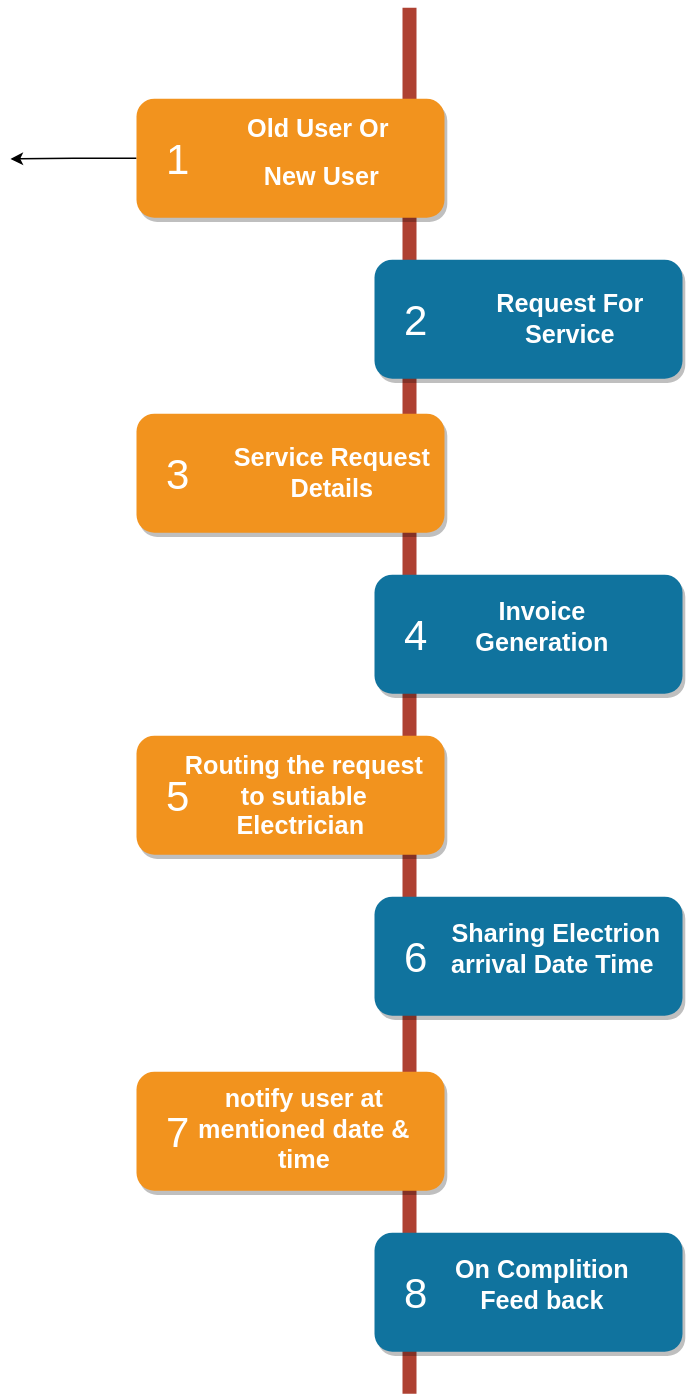
The draw.io diagram process_flow.svg in RahulDas-dev/Processflow, before a commit. Source tidied: cells renumbered, new cells last; positions are measured from the earlier drawing's top-left corner, leaving out a move shared by most shapes.
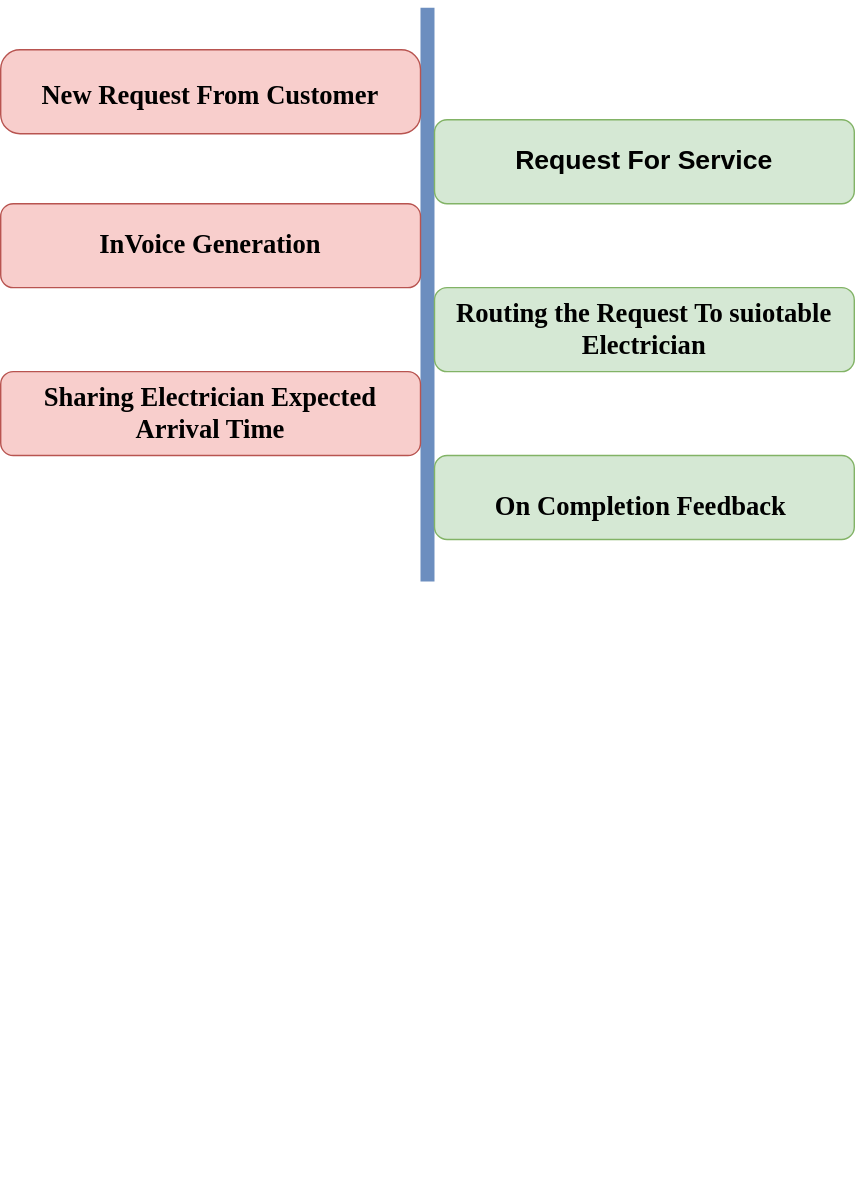
The same file after the commit.

What changed in the source:
```diff
@@ -2,85 +2,44 @@
   <root>
     <mxCell id="0" />
     <mxCell id="1" parent="0" />
-    <mxCell id="2" style="line;strokeWidth=10;direction=south;html=1;fillColor=none;fontSize=13;fontColor=#000000;align=center;strokeColor=#AE4132;" parent="1" vertex="1">
-      <mxGeometry x="280" width="10" height="990" as="geometry" />
+    <mxCell id="2" style="line;strokeWidth=10;direction=south;html=1;fillColor=#dae8fc;fontSize=13;align=center;strokeColor=#6c8ebf;" parent="1" vertex="1">
+      <mxGeometry x="280" y="-30" width="10" height="410" as="geometry" />
     </mxCell>
-    <mxCell id="3" style="edgeStyle=orthogonalEdgeStyle;rounded=0;jettySize=auto;html=1;exitX=0;exitY=0.5;exitDx=0;exitDy=0;" parent="1" edge="1" source="4">
-      <mxGeometry relative="1" as="geometry">
-        <mxPoint y="108" as="targetPoint" />
-      </mxGeometry>
-    </mxCell>
-    <mxCell id="4" style="rounded=1;whiteSpace=wrap;html=1;strokeColor=none;strokeWidth=1;fillColor=#F2931E;fontSize=13;fontColor=#FFFFFF;align=center;gradientColor=none;gradientDirection=east;verticalAlign=top;shadow=1;" parent="1" vertex="1">
-      <mxGeometry x="90" y="65" width="220" height="85" as="geometry" />
-    </mxCell>
     <mxCell id="5" value="1" style="text;html=1;strokeColor=none;fillColor=none;align=center;verticalAlign=middle;whiteSpace=wrap;fontSize=30;fontColor=#FFFFFF;" parent="1" vertex="1">
       <mxGeometry x="100" y="98" width="40" height="20" as="geometry" />
     </mxCell>
-    <mxCell id="6" style="rounded=1;whiteSpace=wrap;html=1;strokeColor=none;strokeWidth=1;fillColor=#10739E;fontSize=13;fontColor=#FFFFFF;align=center;gradientColor=none;gradientDirection=east;verticalAlign=top;shadow=1;" parent="1" vertex="1">
-      <mxGeometry x="260" y="180" width="220" height="85" as="geometry" />
-    </mxCell>
-    <mxCell id="7" value="2" style="text;html=1;strokeColor=none;fillColor=none;align=center;verticalAlign=middle;whiteSpace=wrap;fontSize=30;fontColor=#FFFFFF;" parent="1" vertex="1">
-      <mxGeometry x="270" y="213" width="40" height="20" as="geometry" />
-    </mxCell>
-    <mxCell id="8" style="rounded=1;whiteSpace=wrap;html=1;strokeColor=none;strokeWidth=1;fillColor=#F2931E;fontSize=13;fontColor=#FFFFFF;align=center;gradientColor=none;gradientDirection=east;verticalAlign=top;shadow=1;" parent="1" vertex="1">
-      <mxGeometry x="90" y="290" width="220" height="85" as="geometry" />
-    </mxCell>
     <mxCell id="9" value="3" style="text;html=1;strokeColor=none;fillColor=none;align=center;verticalAlign=middle;whiteSpace=wrap;fontSize=30;fontColor=#FFFFFF;" parent="1" vertex="1">
       <mxGeometry x="100" y="323" width="40" height="20" as="geometry" />
     </mxCell>
-    <mxCell id="10" style="rounded=1;whiteSpace=wrap;html=1;strokeColor=none;strokeWidth=1;fillColor=#10739E;fontSize=13;fontColor=#FFFFFF;align=center;gradientColor=none;gradientDirection=east;verticalAlign=top;shadow=1;" parent="1" vertex="1">
-      <mxGeometry x="260" y="405" width="220" height="85" as="geometry" />
-    </mxCell>
-    <mxCell id="11" value="4" style="text;html=1;strokeColor=none;fillColor=none;align=center;verticalAlign=middle;whiteSpace=wrap;fontSize=30;fontColor=#FFFFFF;" parent="1" vertex="1">
-      <mxGeometry x="270" y="438" width="40" height="20" as="geometry" />
-    </mxCell>
-    <mxCell id="12" style="rounded=1;whiteSpace=wrap;html=1;strokeColor=none;strokeWidth=1;fillColor=#F2931E;fontSize=13;fontColor=#FFFFFF;align=center;gradientColor=none;gradientDirection=east;verticalAlign=top;shadow=1;" parent="1" vertex="1">
-      <mxGeometry x="90" y="520" width="220" height="85" as="geometry" />
-    </mxCell>
     <mxCell id="13" value="5" style="text;html=1;strokeColor=none;fillColor=none;align=center;verticalAlign=middle;whiteSpace=wrap;fontSize=30;fontColor=#FFFFFF;" parent="1" vertex="1">
       <mxGeometry x="100" y="553" width="40" height="20" as="geometry" />
     </mxCell>
-    <mxCell id="14" style="rounded=1;whiteSpace=wrap;html=1;strokeColor=none;strokeWidth=1;fillColor=#10739E;fontSize=13;fontColor=#FFFFFF;align=center;gradientColor=none;gradientDirection=east;verticalAlign=top;shadow=1;" parent="1" vertex="1">
-      <mxGeometry x="260" y="635" width="220" height="85" as="geometry" />
-    </mxCell>
-    <mxCell id="15" value="6" style="text;html=1;strokeColor=none;fillColor=none;align=center;verticalAlign=middle;whiteSpace=wrap;fontSize=30;fontColor=#FFFFFF;" parent="1" vertex="1">
-      <mxGeometry x="270" y="668" width="40" height="20" as="geometry" />
-    </mxCell>
-    <mxCell id="16" style="rounded=1;whiteSpace=wrap;html=1;strokeColor=none;strokeWidth=1;fillColor=#F2931E;fontSize=13;fontColor=#FFFFFF;align=center;gradientColor=none;gradientDirection=east;verticalAlign=top;shadow=1;" parent="1" vertex="1">
-      <mxGeometry x="90" y="760" width="220" height="85" as="geometry" />
-    </mxCell>
     <mxCell id="17" value="7" style="text;html=1;strokeColor=none;fillColor=none;align=center;verticalAlign=middle;whiteSpace=wrap;fontSize=30;fontColor=#FFFFFF;" parent="1" vertex="1">
       <mxGeometry x="100" y="793" width="40" height="20" as="geometry" />
     </mxCell>
-    <mxCell id="18" style="rounded=1;whiteSpace=wrap;html=1;strokeColor=none;strokeWidth=1;fillColor=#10739E;fontSize=13;fontColor=#FFFFFF;align=center;gradientColor=none;gradientDirection=east;verticalAlign=top;shadow=1;" parent="1" vertex="1">
-      <mxGeometry x="260" y="875" width="220" height="85" as="geometry" />
-    </mxCell>
-    <mxCell id="19" value="8" style="text;html=1;strokeColor=none;fillColor=none;align=center;verticalAlign=middle;whiteSpace=wrap;fontSize=30;fontColor=#FFFFFF;" parent="1" vertex="1">
-      <mxGeometry x="270" y="908" width="40" height="20" as="geometry" />
-    </mxCell>
-    <mxCell id="20" value="&lt;h1&gt;Old User Or&lt;/h1&gt;&lt;h1&gt;&amp;nbsp;New User&lt;/h1&gt;" style="text;html=1;spacing=5;spacingTop=-20;whiteSpace=wrap;overflow=hidden;strokeColor=none;strokeWidth=4;fillColor=none;gradientColor=#007FFF;fontSize=9;fontColor=#FFFFFF;align=center;" parent="1" vertex="1">
-      <mxGeometry x="120" y="74.5" width="200" height="66" as="geometry" />
-    </mxCell>
-    <mxCell id="21" value="&lt;h1&gt;Request For Service&lt;/h1&gt;" style="text;html=1;spacing=5;spacingTop=-20;whiteSpace=wrap;overflow=hidden;strokeColor=none;strokeWidth=4;fillColor=none;gradientColor=#007FFF;fontSize=9;fontColor=#FFFFFF;align=center;" parent="1" vertex="1">
-      <mxGeometry x="320" y="200" width="160" height="61" as="geometry" />
+    <mxCell id="21" value="&lt;h1&gt;&lt;br&gt;&lt;/h1&gt;" style="text;html=1;spacing=5;spacingTop=-20;whiteSpace=wrap;overflow=hidden;strokeColor=none;strokeWidth=4;fillColor=none;gradientColor=#007FFF;fontSize=9;fontColor=#FFFFFF;align=center;" parent="1" vertex="1">
+      <mxGeometry x="370" y="192" width="160" height="61" as="geometry" />
     </mxCell>
     <mxCell id="22" value="&lt;h1&gt;Service Request Details&lt;/h1&gt;&lt;div&gt;&lt;br&gt;&lt;/div&gt;" style="text;html=1;spacing=5;spacingTop=-20;whiteSpace=wrap;overflow=hidden;strokeColor=none;strokeWidth=4;fillColor=none;gradientColor=#007FFF;fontSize=9;fontColor=#FFFFFF;align=center;" parent="1" vertex="1">
-      <mxGeometry x="150" y="310" width="160" height="77" as="geometry" />
+      <mxGeometry x="120" y="300" width="160" height="77" as="geometry" />
     </mxCell>
-    <mxCell id="23" value="&lt;h1&gt;Invoice Generation&lt;/h1&gt;&lt;div&gt;&lt;br&gt;&lt;/div&gt;" style="text;html=1;spacing=5;spacingTop=-20;whiteSpace=wrap;overflow=hidden;strokeColor=none;strokeWidth=4;fillColor=none;gradientColor=#007FFF;fontSize=9;fontColor=#FFFFFF;align=center;" parent="1" vertex="1">
-      <mxGeometry x="300" y="419.5" width="160" height="56" as="geometry" />
-    </mxCell>
-    <mxCell id="24" value="&lt;h1&gt;Routing the request to sutiable Electrician&amp;nbsp;&lt;/h1&gt;" style="text;html=1;spacing=5;spacingTop=-20;whiteSpace=wrap;overflow=hidden;strokeColor=none;strokeWidth=4;fillColor=none;gradientColor=#007FFF;fontSize=9;fontColor=#FFFFFF;align=center;" parent="1" vertex="1">
-      <mxGeometry x="120" y="530" width="180" height="86" as="geometry" />
-    </mxCell>
-    <mxCell id="25" value="&lt;h1&gt;Sharing Electrion arrival Date Time&amp;nbsp;&lt;/h1&gt;" style="text;html=1;spacing=5;spacingTop=-20;whiteSpace=wrap;overflow=hidden;strokeColor=none;strokeWidth=4;fillColor=none;gradientColor=#007FFF;fontSize=9;fontColor=#FFFFFF;align=center;" parent="1" vertex="1">
-      <mxGeometry x="310" y="650" width="160" height="77" as="geometry" />
-    </mxCell>
-    <mxCell id="26" value="&lt;h1&gt;notify user at mentioned date &amp;amp; time&lt;/h1&gt;&lt;div&gt;&lt;br&gt;&lt;/div&gt;&lt;div&gt;&lt;br&gt;&lt;/div&gt;" style="text;html=1;spacing=5;spacingTop=-20;whiteSpace=wrap;overflow=hidden;strokeColor=none;strokeWidth=4;fillColor=none;gradientColor=#007FFF;fontSize=9;fontColor=#FFFFFF;align=center;" parent="1" vertex="1">
-      <mxGeometry x="130" y="768" width="160" height="77" as="geometry" />
-    </mxCell>
-    <mxCell id="27" value="&lt;h1&gt;On Complition Feed back&lt;/h1&gt;&lt;div&gt;&lt;br&gt;&lt;/div&gt;" style="text;html=1;spacing=5;spacingTop=-20;whiteSpace=wrap;overflow=hidden;strokeColor=none;strokeWidth=4;fillColor=none;gradientColor=#007FFF;fontSize=9;fontColor=#FFFFFF;align=center;" parent="1" vertex="1">
-      <mxGeometry x="300" y="890" width="160" height="77" as="geometry" />
-    </mxCell>
+    <mxCell id="28" value="&lt;h1&gt;&lt;font style=&quot;font-size: 19px&quot;&gt;New Request From Customer&lt;/font&gt;&lt;/h1&gt;" style="rounded=1;whiteSpace=wrap;html=1;fillColor=#f8cecc;strokeColor=#b85450;fontFamily=Tahoma;fontSize=13;arcSize=23;" parent="1" vertex="1">
+      <mxGeometry x="-20" width="300" height="60" as="geometry" />
+    </mxCell>
+    <mxCell id="29" value="&lt;h1 style=&quot;font-family: helvetica; font-size: 19px;&quot;&gt;&lt;font style=&quot;font-size: 19px;&quot;&gt;Request For Service&lt;/font&gt;&lt;/h1&gt;" style="rounded=1;whiteSpace=wrap;html=1;fillColor=#d5e8d4;strokeColor=#82b366;fontFamily=Tahoma;fontSize=19;" parent="1" vertex="1">
+      <mxGeometry x="290" y="50" width="300" height="60" as="geometry" />
+    </mxCell>
+    <mxCell id="30" value="&lt;b&gt;InVoice Generation&lt;/b&gt;" style="rounded=1;whiteSpace=wrap;html=1;fillColor=#f8cecc;strokeColor=#b85450;fontFamily=Tahoma;fontSize=19;" parent="1" vertex="1">
+      <mxGeometry x="-20" y="110" width="300" height="60" as="geometry" />
+    </mxCell>
+    <mxCell id="31" value="&lt;b&gt;Routing the Request To suiotable Electrician&lt;/b&gt;" style="rounded=1;whiteSpace=wrap;html=1;fillColor=#d5e8d4;strokeColor=#82b366;fontFamily=Tahoma;fontSize=19;" parent="1" vertex="1">
+      <mxGeometry x="290" y="170" width="300" height="60" as="geometry" />
+    </mxCell>
+    <mxCell id="32" value="&lt;b&gt;Sharing Electrician Expected Arrival Time&lt;/b&gt;" style="rounded=1;whiteSpace=wrap;html=1;fillColor=#f8cecc;strokeColor=#b85450;fontFamily=Tahoma;fontSize=19;" parent="1" vertex="1">
+      <mxGeometry x="-20" y="230" width="300" height="60" as="geometry" />
+    </mxCell>
+    <mxCell id="33" value="&lt;h1&gt;&lt;span style=&quot;font-size: 19px&quot;&gt;On Completion Feedback&amp;nbsp;&lt;/span&gt;&lt;/h1&gt;" style="rounded=1;whiteSpace=wrap;html=1;fillColor=#d5e8d4;strokeColor=#82b366;fontFamily=Tahoma;fontSize=19;" parent="1" vertex="1">
+      <mxGeometry x="290" y="290" width="300" height="60" as="geometry" />
+    </mxCell>
   </root>
 </mxGraphModel>
```
